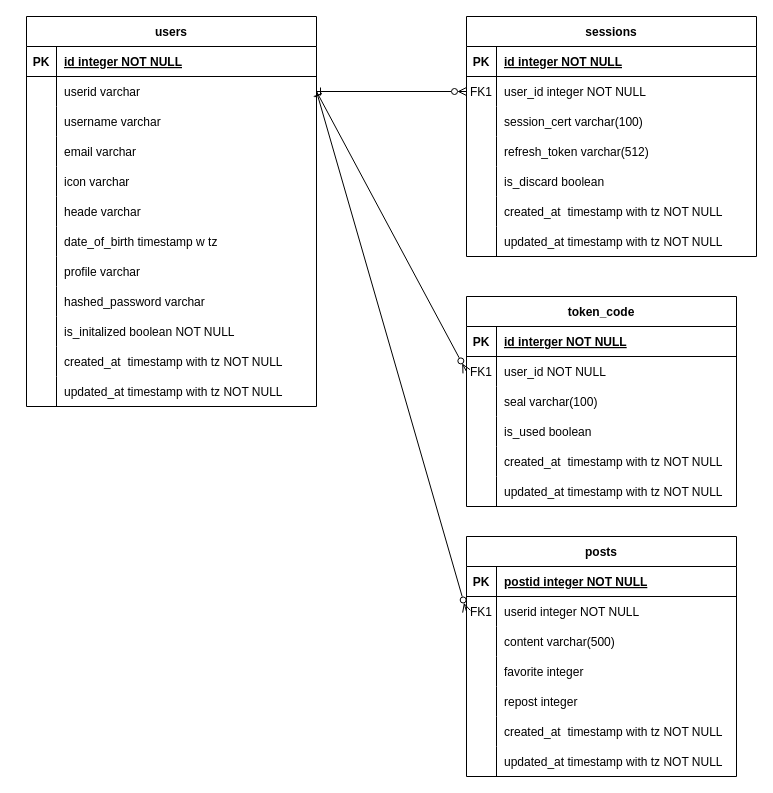
Before: vrc_sns.drawio in Milix-M/vrc_sns_backend, a draw.io diagram. Source tidied: cells renumbered, new cells numbered last; positions are measured from the earlier drawing's top-left corner, leaving out a move shared by most shapes. Both pictures are drawn from the tidied source at 100%, with x=0, y=0 at pixel (26, 16).
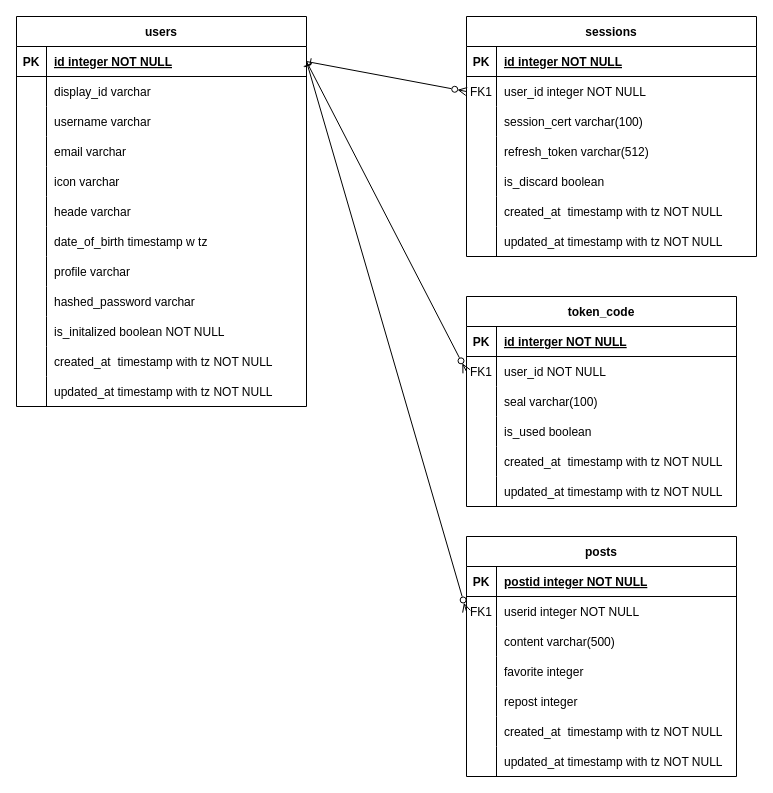
The same diagram, later.

Unchanged cells that the change refers to:
```xml
<mxCell id="3" style="shape=tableRow;horizontal=0;startSize=0;swimlaneHead=0;swimlaneBody=0;fillColor=none;points=[[0,0.5],[1,0.5]];portConstraint=eastwest;top=0;left=0;right=0;bottom=1;" parent="2" vertex="1">
  <mxGeometry y="30" width="290" height="30" as="geometry" />
</mxCell>
<mxCell id="6" style="shape=tableRow;horizontal=0;startSize=0;swimlaneHead=0;swimlaneBody=0;fillColor=none;points=[[0,0.5],[1,0.5]];portConstraint=eastwest;top=0;left=0;right=0;bottom=0;" parent="2" vertex="1">
  <mxGeometry y="60" width="290" height="30" as="geometry" />
</mxCell>
<mxCell id="43" style="shape=tableRow;horizontal=0;startSize=0;swimlaneHead=0;swimlaneBody=0;fillColor=none;points=[[0,0.5],[1,0.5]];portConstraint=eastwest;top=0;left=0;right=0;bottom=0;" parent="39" vertex="1">
  <mxGeometry y="60" width="270" height="30" as="geometry" />
</mxCell>
<mxCell id="62" style="shape=tableRow;horizontal=0;startSize=0;swimlaneHead=0;swimlaneBody=0;fillColor=none;points=[[0,0.5],[1,0.5]];portConstraint=eastwest;top=0;left=0;right=0;bottom=0;" parent="58" vertex="1">
  <mxGeometry y="60" width="290" height="30" as="geometry" />
</mxCell>
<mxCell id="84" style="shape=tableRow;horizontal=0;startSize=0;swimlaneHead=0;swimlaneBody=0;fillColor=none;points=[[0,0.5],[1,0.5]];portConstraint=eastwest;top=0;left=0;right=0;bottom=0;" parent="80" vertex="1">
  <mxGeometry y="60" width="270" height="30" as="geometry" />
</mxCell>
```

Change to the diagram source:
```diff
@@
     <mxCell id="2" value="users" style="shape=table;startSize=30;childLayout=tableLayout;rowLines=0;fontStyle=1;align=center;" parent="1" vertex="1">
-      <mxGeometry width="290" height="390" as="geometry" />
+      <mxGeometry x="-10" width="290" height="390" as="geometry" />
     </mxCell>
@@
-    <mxCell id="8" value="userid varchar" style="shape=partialRectangle;fillColor=none;top=0;left=0;bottom=0;right=0;align=left;spacingLeft=6;overflow=hidden;" parent="6" vertex="1">
+    <mxCell id="8" value="display_id varchar" style="shape=partialRectangle;fillColor=none;top=0;left=0;bottom=0;right=0;align=left;spacingLeft=6;overflow=hidden;" parent="6" vertex="1">
       <mxGeometry x="30" width="260" height="30" as="geometry" />
     </mxCell>
@@
-    <mxCell id="102" style="edgeStyle=none;html=1;exitX=0;exitY=0.5;exitDx=0;exitDy=0;entryX=1;entryY=0.5;entryDx=0;entryDy=0;endArrow=ERone;endFill=0;startArrow=ERzeroToMany;startFill=0;" parent="1" edge="1" source="62" target="6">
+    <mxCell id="102" style="edgeStyle=none;html=1;exitX=0;exitY=0.5;exitDx=0;exitDy=0;entryX=1;entryY=0.5;entryDx=0;entryDy=0;endArrow=ERone;endFill=0;startArrow=ERzeroToMany;startFill=0;" parent="1" edge="1" source="62" target="3">
       <mxGeometry relative="1" as="geometry" />
     </mxCell>
-    <mxCell id="103" style="edgeStyle=none;html=1;exitX=0;exitY=0.5;exitDx=0;exitDy=0;entryX=1;entryY=0.5;entryDx=0;entryDy=0;endArrow=ERone;endFill=0;startArrow=ERzeroToMany;startFill=0;" parent="1" edge="1" source="43" target="6">
+    <mxCell id="103" style="edgeStyle=none;html=1;exitX=0;exitY=0.5;exitDx=0;exitDy=0;endArrow=ERone;endFill=0;startArrow=ERzeroToMany;startFill=0;entryX=1;entryY=0.5;entryDx=0;entryDy=0;" parent="1" edge="1" source="43" target="3">
       <mxGeometry relative="1" as="geometry" />
     </mxCell>
-    <mxCell id="104" style="edgeStyle=none;html=1;exitX=0;exitY=0.5;exitDx=0;exitDy=0;entryX=1;entryY=0.5;entryDx=0;entryDy=0;endArrow=ERone;endFill=0;startArrow=ERzeroToMany;startFill=0;" parent="1" edge="1" source="84" target="6">
+    <mxCell id="104" style="edgeStyle=none;html=1;exitX=0;exitY=0.5;exitDx=0;exitDy=0;entryX=1;entryY=0.5;entryDx=0;entryDy=0;endArrow=ERone;endFill=0;startArrow=ERzeroToMany;startFill=0;" parent="1" edge="1" source="84" target="3">
       <mxGeometry relative="1" as="geometry" />
     </mxCell>
```
